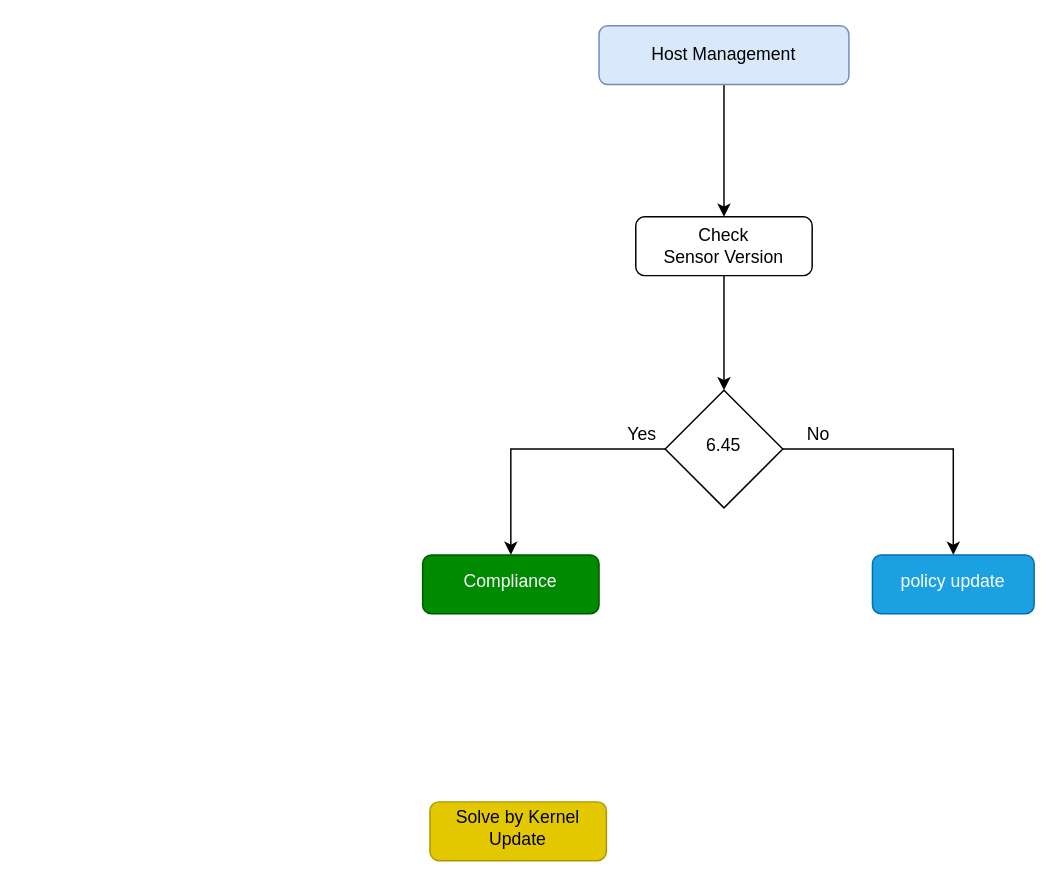
eloyx3x/Diagramas keeps this draw.io diagram as AtualizaçãoSensorCompliane_Fluxograma.drawio. Above is the earlier version. Source tidied: cells renumbered, new cells numbered last; positions are measured from the earlier drawing's top-left corner, leaving out a move shared by most shapes. Both pictures are drawn from the tidied source at 147%, with x=0, y=0 at pixel (35, 25).
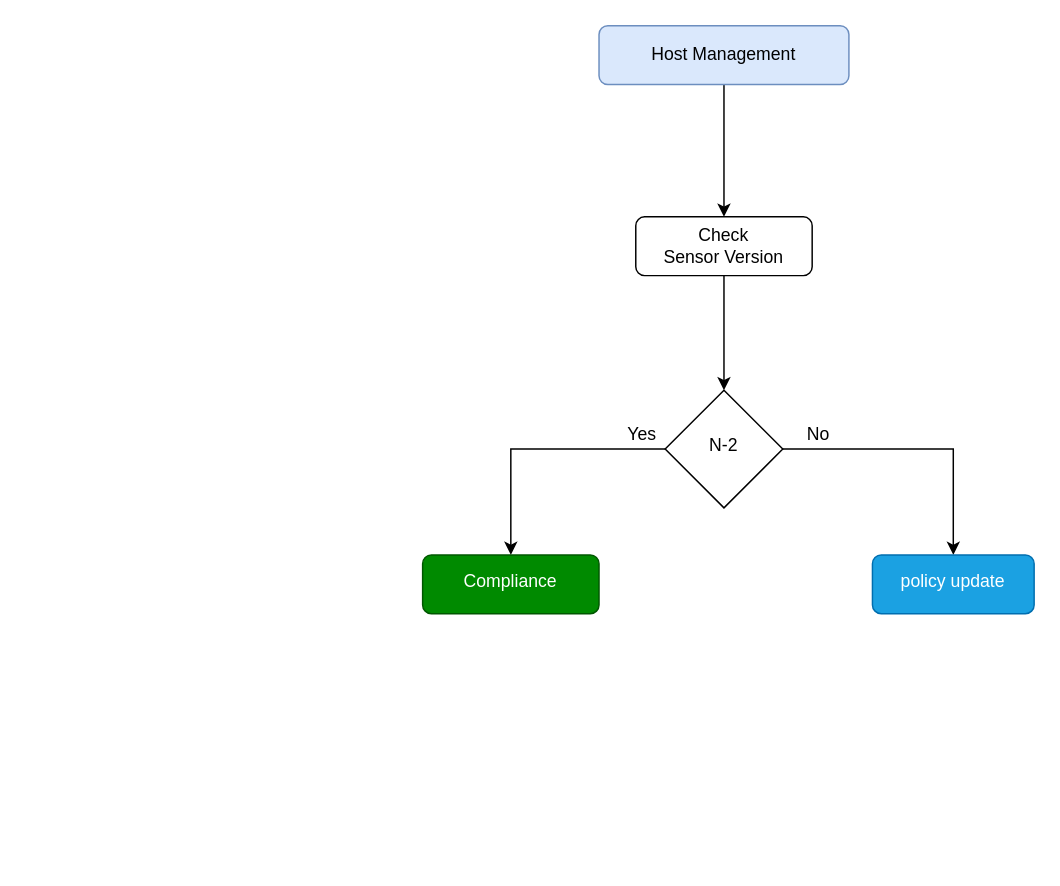
After the change.

Diff of the diagram source:
```diff
@@
 <mxGraphModel>
   <root>
     <mxCell id="0" />
     <mxCell id="1" parent="0" />
     <mxCell id="2" style="edgeStyle=orthogonalEdgeStyle;rounded=0;jettySize=auto;html=1;" parent="1" edge="1" source="3" target="7">
       <mxGeometry relative="1" as="geometry" />
     </mxCell>
     <mxCell id="3" value="Host Management" style="rounded=1;whiteSpace=wrap;html=1;fontSize=12;glass=0;strokeWidth=1;shadow=0;fillColor=#dae8fc;strokeColor=#6c8ebf;" parent="1" vertex="1">
       <mxGeometry x="383" width="170" height="40" as="geometry" />
     </mxCell>
-    <mxCell id="4" value="Solve by Kernel Update" style="rounded=1;whiteSpace=wrap;html=1;shadow=0;strokeWidth=1;spacing=6;spacingTop=-4;fillColor=#e3c800;fontColor=#000000;strokeColor=#B09500;" parent="1" vertex="1">
-      <mxGeometry x="268" y="528" width="120" height="40" as="geometry" />
-    </mxCell>
     <mxCell id="5" style="edgeStyle=orthogonalEdgeStyle;rounded=0;orthogonalLoop=1;jettySize=auto;html=1;exitX=0.5;exitY=1;exitDx=0;exitDy=0;" parent="1" edge="1">
       <mxGeometry relative="1" as="geometry">
         <mxPoint y="210.5" as="sourcePoint" />
         <mxPoint y="210.5" as="targetPoint" />
       </mxGeometry>
     </mxCell>
     <mxCell id="6" style="edgeStyle=orthogonalEdgeStyle;rounded=0;jettySize=auto;html=1;entryX=0.5;entryY=0;entryDx=0;entryDy=0;" parent="1" edge="1" source="7" target="10">
       <mxGeometry relative="1" as="geometry" />
     </mxCell>
     <mxCell id="7" value="&lt;div&gt;Check &lt;br&gt;&lt;/div&gt;&lt;div&gt;Sensor Version&lt;/div&gt;" style="rounded=1;whiteSpace=wrap;html=1;fontSize=12;glass=0;strokeWidth=1;shadow=0;" parent="1" vertex="1">
       <mxGeometry x="408" y="130" width="120" height="40" as="geometry" />
     </mxCell>
     <mxCell id="8" style="edgeStyle=orthogonalEdgeStyle;rounded=0;jettySize=auto;html=1;" parent="1" edge="1" source="10" target="11">
       <mxGeometry relative="1" as="geometry" />
     </mxCell>
     <mxCell id="9" style="edgeStyle=orthogonalEdgeStyle;rounded=0;jettySize=auto;html=1;" parent="1" edge="1" source="10" target="12">
       <mxGeometry relative="1" as="geometry" />
     </mxCell>
-    <mxCell id="10" value="6.45" style="rhombus;whiteSpace=wrap;html=1;shadow=0;strokeWidth=1;spacing=6;spacingTop=-4;" parent="1" vertex="1">
+    <mxCell id="10" value="N-2" style="rhombus;whiteSpace=wrap;html=1;shadow=0;strokeWidth=1;spacing=6;spacingTop=-4;" parent="1" vertex="1">
       <mxGeometry x="428" y="248" width="80" height="80" as="geometry" />
     </mxCell>
     <mxCell id="11" value="policy update" style="rounded=1;whiteSpace=wrap;html=1;shadow=0;strokeWidth=1;spacing=6;spacingTop=-4;fillColor=#1ba1e2;fontColor=#ffffff;strokeColor=#006EAF;" parent="1" vertex="1">
       <mxGeometry x="569" y="360" width="110" height="40" as="geometry" />
     </mxCell>
     <mxCell id="12" value="Compliance" style="rounded=1;whiteSpace=wrap;html=1;shadow=0;strokeWidth=1;spacing=6;spacingTop=-4;fillColor=#008a00;fontColor=#ffffff;strokeColor=#005700;" parent="1" vertex="1">
       <mxGeometry x="263" y="360" width="120" height="40" as="geometry" />
     </mxCell>
     <mxCell id="13" value="Yes" style="text;html=1;align=center;verticalAlign=middle;strokeColor=none;fillColor=none;" parent="1" vertex="1">
       <mxGeometry x="392" y="263" width="40" height="30" as="geometry" />
     </mxCell>
     <mxCell id="14" value="No" style="text;html=1;align=center;verticalAlign=middle;strokeColor=none;fillColor=none;" parent="1" vertex="1">
       <mxGeometry x="512" y="263" width="40" height="30" as="geometry" />
     </mxCell>
   </root>
 </mxGraphModel>
```
